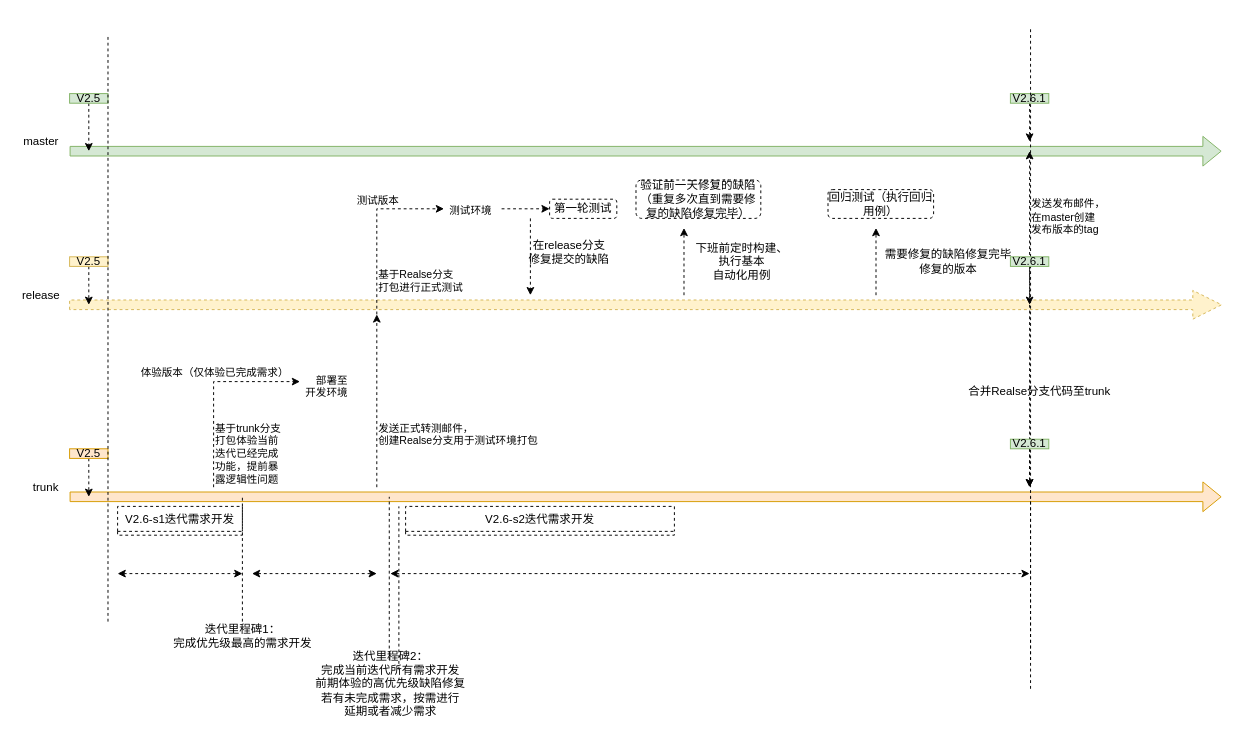
Earlier version of the draw.io diagram Untitled Diagram.drawio (TheoTT/tools). Source tidied: cells renumbered, new cells numbered last; positions are measured from the earlier drawing's top-left corner, leaving out a move shared by most shapes. Both pictures are drawn from the tidied source at 96%, with x=0, y=0 at pixel (16, 26).
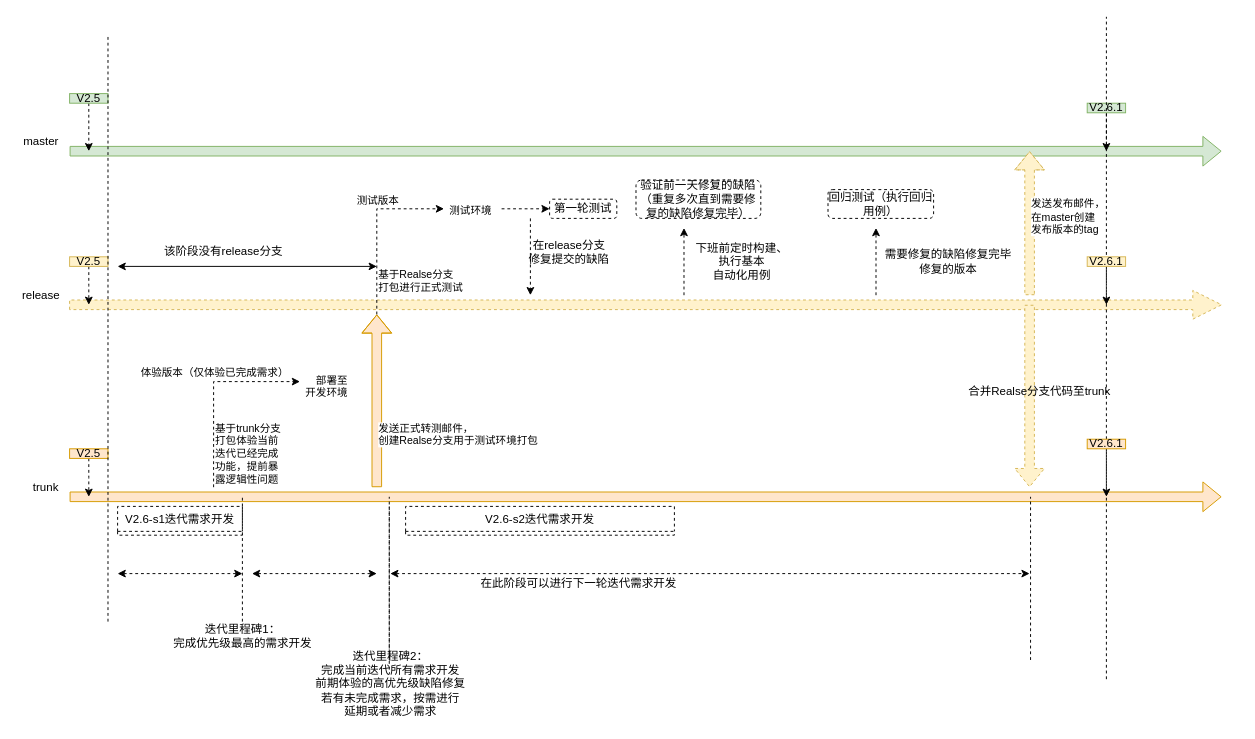
The same page after the edit.

Change to the diagram source:
```diff
@@
-    <mxCell id="20" style="endArrow=classic;html=1;rounded=0;dashed=1;" parent="1" edge="1">
+    <mxCell id="20" style="endArrow=classic;html=1;rounded=0;shape=flexArrow;fillColor=#ffe6cc;strokeColor=#d79b00;" parent="1" edge="1">
       <mxGeometry relative="1" as="geometry">
         <mxPoint x="375" y="480" as="sourcePoint" />
         <mxPoint x="375" y="300" as="targetPoint" />
         <Array as="points">
           <mxPoint x="375" y="410" />
         </Array>
       </mxGeometry>
     </mxCell>
@@
-    <mxCell id="44" style="endArrow=classic;html=1;rounded=0;dashed=1;" parent="1" edge="1">
+    <mxCell id="44" style="endArrow=classic;html=1;rounded=0;dashed=1;shape=flexArrow;fillColor=#fff2cc;strokeColor=#d6b656;" parent="1" edge="1">
       <mxGeometry relative="1" as="geometry">
         <mxPoint x="1055" y="280" as="sourcePoint" />
         <mxPoint x="1055" y="130" as="targetPoint" />
         <Array as="points">
           <mxPoint x="1055" y="240" />
         </Array>
       </mxGeometry>
     </mxCell>
@@
-    <mxCell id="46" style="endArrow=classic;html=1;rounded=0;dashed=1;" parent="1" edge="1">
+    <mxCell id="46" style="endArrow=classic;html=1;rounded=0;dashed=1;fillColor=#fff2cc;strokeColor=#d6b656;shape=flexArrow;" parent="1" edge="1">
       <mxGeometry relative="1" as="geometry">
         <mxPoint x="1055" y="290" as="sourcePoint" />
         <mxPoint x="1055" y="480" as="targetPoint" />
       </mxGeometry>
     </mxCell>
@@
     <mxCell id="48" style="endArrow=none;dashed=1;html=1;rounded=0;" parent="1" edge="1">
       <mxGeometry relative="1" as="geometry">
-        <mxPoint x="398" y="670" as="sourcePoint" />
-        <mxPoint x="398" y="500" as="targetPoint" />
+        <mxPoint x="388" y="670" as="sourcePoint" />
+        <mxPoint x="388" y="500" as="targetPoint" />
         <Array as="points">
-          <mxPoint x="398" y="530" />
+          <mxPoint x="388" y="530" />
         </Array>
       </mxGeometry>
     </mxCell>
@@
     <mxCell id="50" style="edgeStyle=orthogonalEdgeStyle;rounded=0;jettySize=auto;html=1;dashed=1;" parent="1" edge="1" source="51">
       <mxGeometry relative="1" as="geometry">
-        <mxPoint x="1055" y="120" as="targetPoint" />
+        <mxPoint x="1135" y="130" as="targetPoint" />
       </mxGeometry>
     </mxCell>
     <mxCell id="51" value="V2.6.1" style="rounded=0;whiteSpace=wrap;html=1;fillColor=#d5e8d4;strokeColor=#82b366;" parent="1" vertex="1">
-      <mxGeometry x="1035" y="70" width="40" height="10" as="geometry" />
+      <mxGeometry x="1115" y="80" width="40" height="10" as="geometry" />
     </mxCell>
-    <mxCell id="52" style="endArrow=none;html=1;rounded=0;dashed=1;" parent="1" edge="1">
+    <mxCell id="52" style="endArrow=none;html=1;rounded=0;dashed=1;startArrow=none;" parent="1" edge="1" source="56">
       <mxGeometry relative="1" as="geometry">
-        <mxPoint x="1056" y="690" as="sourcePoint" />
-        <mxPoint x="1056" as="targetPoint" />
+        <mxPoint x="1135" y="-10" as="targetPoint" />
       </mxGeometry>
     </mxCell>
     <mxCell id="53" style="edgeStyle=orthogonalEdgeStyle;rounded=0;jettySize=auto;html=1;dashed=1;" parent="1" edge="1" source="54">
       <mxGeometry relative="1" as="geometry">
-        <mxPoint x="1055" y="290" as="targetPoint" />
+        <mxPoint x="1135" y="290" as="targetPoint" />
       </mxGeometry>
     </mxCell>
-    <mxCell id="54" value="V2.6.1" style="rounded=0;whiteSpace=wrap;html=1;fillColor=#d5e8d4;strokeColor=#82b366;" parent="1" vertex="1">
-      <mxGeometry x="1035" y="240" width="40" height="10" as="geometry" />
+    <mxCell id="54" value="V2.6.1" style="rounded=0;whiteSpace=wrap;html=1;fillColor=#fff2cc;strokeColor=#d6b656;" parent="1" vertex="1">
+      <mxGeometry x="1115" y="240" width="40" height="10" as="geometry" />
     </mxCell>
     <mxCell id="55" style="edgeStyle=orthogonalEdgeStyle;rounded=0;jettySize=auto;html=1;dashed=1;" parent="1" edge="1" source="56">
       <mxGeometry relative="1" as="geometry">
-        <mxPoint x="1055" y="480" as="targetPoint" />
+        <mxPoint x="1135" y="490" as="targetPoint" />
+        <Array as="points">
+          <mxPoint x="1135" y="470" />
+          <mxPoint x="1135" y="470" />
+        </Array>
       </mxGeometry>
     </mxCell>
+    <mxCell id="57" style="endArrow=classic;startArrow=classic;html=1;rounded=0;" parent="1" edge="1">
+      <mxGeometry relative="1" as="geometry">
+        <mxPoint x="105" y="250" as="sourcePoint" />
+        <mxPoint x="375" y="250" as="targetPoint" />
+      </mxGeometry>
+    </mxCell>
+    <mxCell id="58" value="该阶段没有release分支" style="text;html=1;align=center;verticalAlign=middle;strokeColor=none;fillColor=none;" parent="1" vertex="1">
+      <mxGeometry x="145" y="225" width="140" height="20" as="geometry" />
+    </mxCell>
-    <mxCell id="56" value="V2.6.1" style="rounded=0;whiteSpace=wrap;html=1;fillColor=#d5e8d4;strokeColor=#82b366;" parent="1" vertex="1">
-      <mxGeometry x="1035" y="430" width="40" height="10" as="geometry" />
+    <mxCell id="56" value="V2.6.1" style="rounded=0;whiteSpace=wrap;html=1;fillColor=#ffe6cc;strokeColor=#d79b00;" parent="1" vertex="1">
+      <mxGeometry x="1115" y="430" width="40" height="10" as="geometry" />
     </mxCell>
+    <mxCell id="59" style="endArrow=none;html=1;rounded=0;dashed=1;" parent="1" edge="1" target="56">
+      <mxGeometry relative="1" as="geometry">
+        <mxPoint x="1135" y="680" as="sourcePoint" />
+      </mxGeometry>
+    </mxCell>
+    <mxCell id="60" value="在此阶段可以进行下一轮迭代需求开发" style="text;html=1;align=center;verticalAlign=middle;strokeColor=none;fillColor=none;" parent="1" vertex="1">
+      <mxGeometry x="475" y="570" width="220" height="20" as="geometry" />
+    </mxCell>
```
